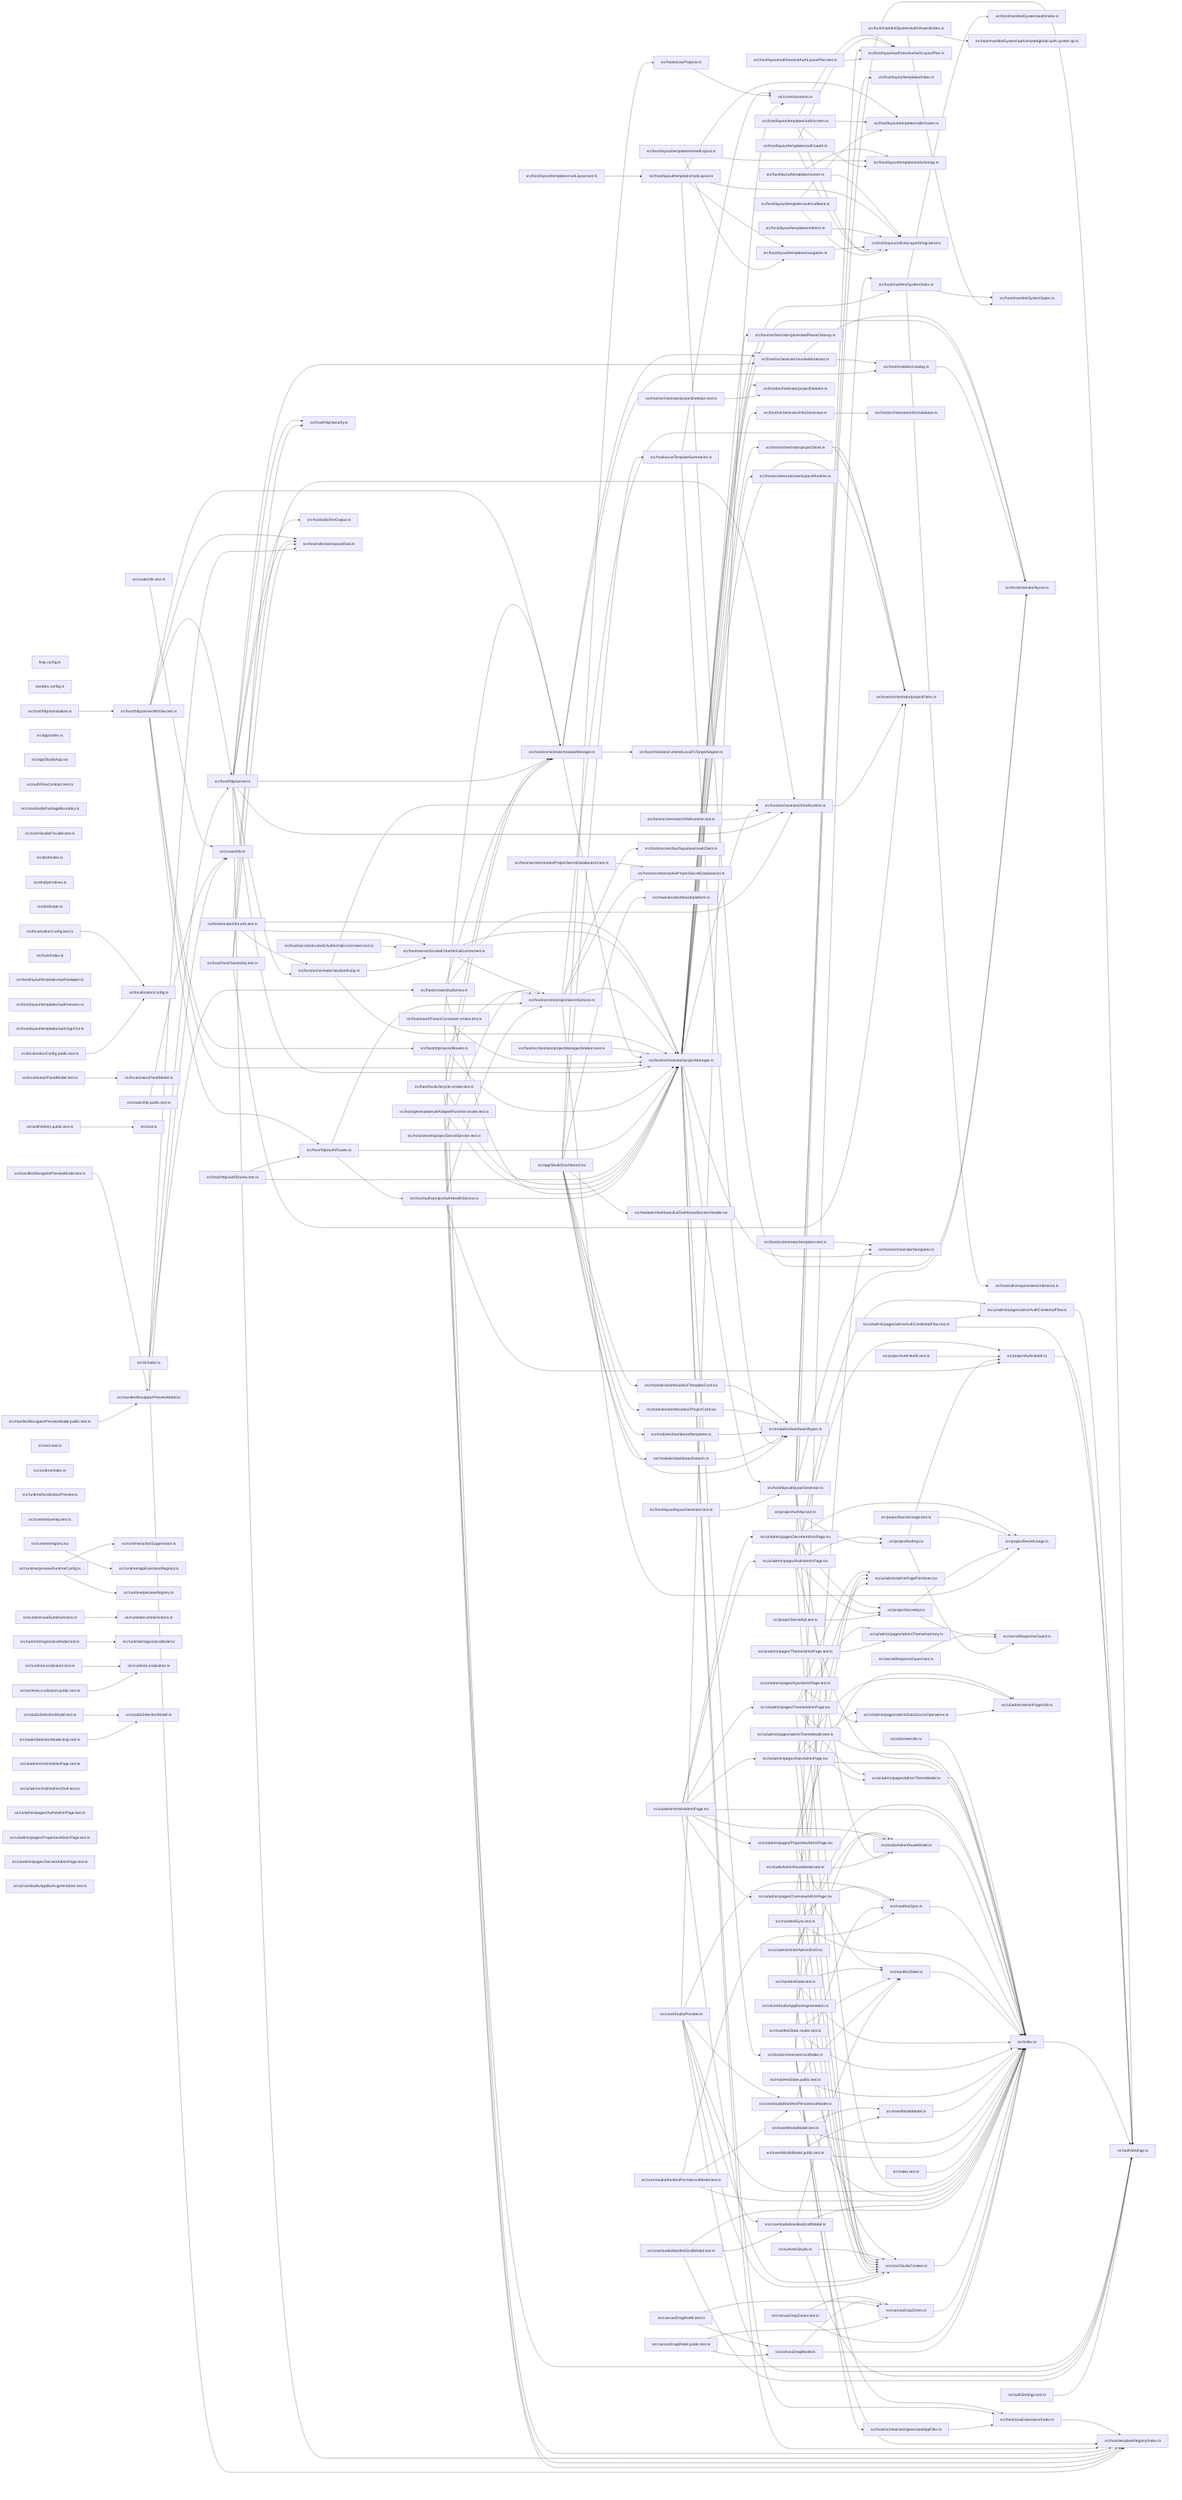
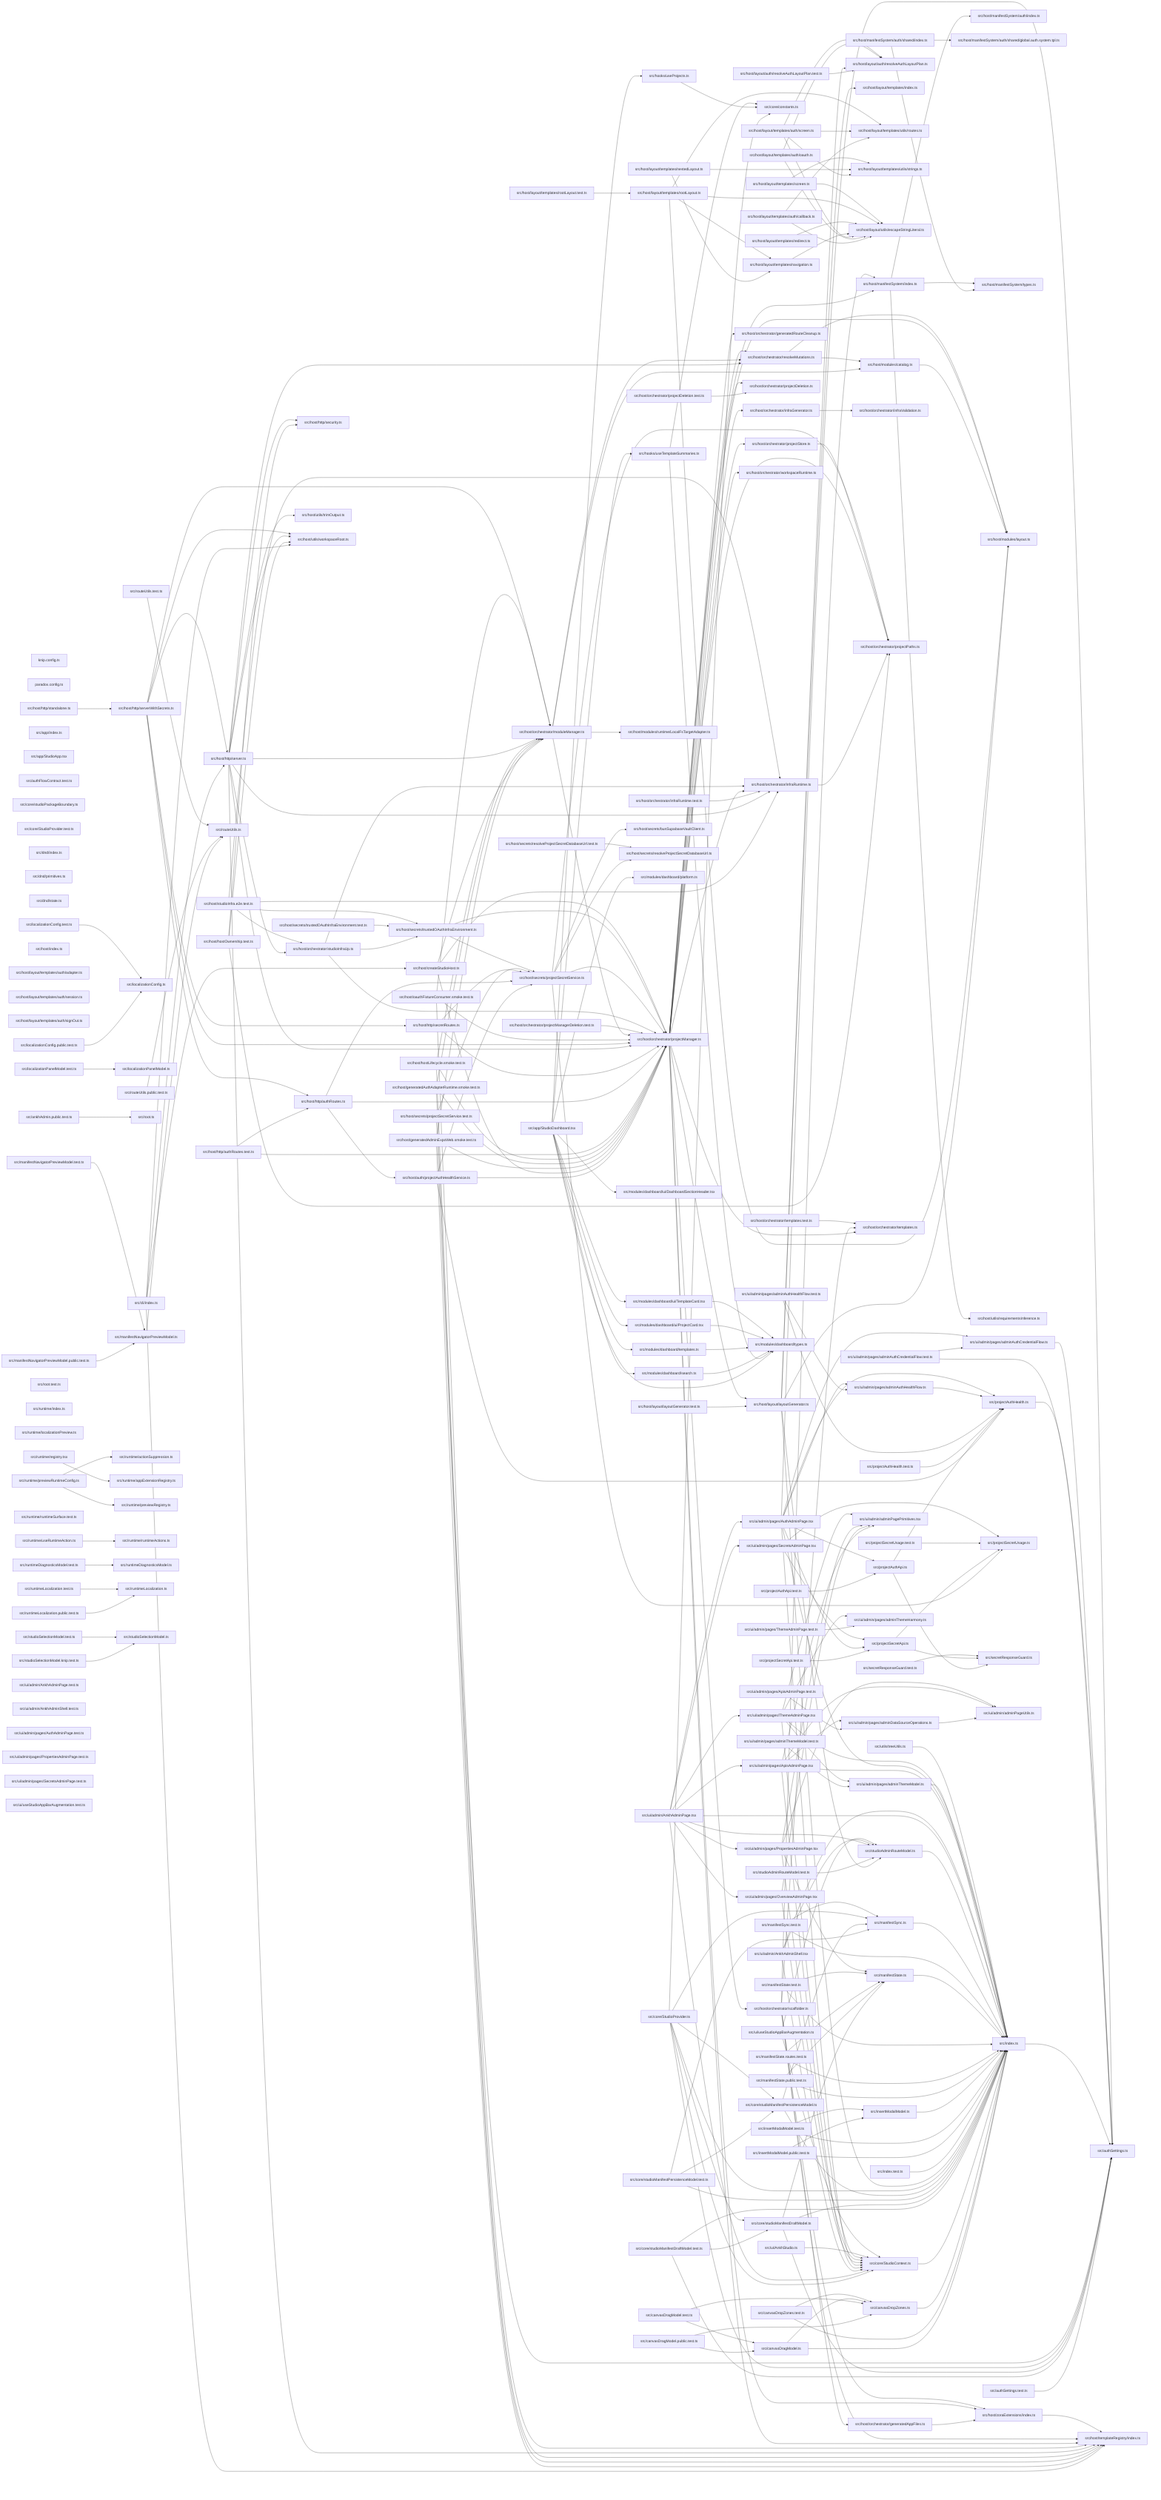
graph LR
  module_knip_config_ts["knip.config.ts"]
  module_paradox_config_ts["paradox.config.ts"]
  module_src_ankhAdmin_public_test_ts["src/ankhAdmin.public.test.ts"]
  module_src_app_index_ts["src/app/index.ts"]
  module_src_app_StudioApp_tsx["src/app/StudioApp.tsx"]
  module_src_app_StudioDashboard_tsx["src/app/StudioDashboard.tsx"]
  module_src_authFlowContract_test_ts["src/authFlowContract.test.ts"]
  module_src_authSettings_test_ts["src/authSettings.test.ts"]
  module_src_authSettings_ts["src/authSettings.ts"]
  module_src_canvasDragModel_public_test_ts["src/canvasDragModel.public.test.ts"]
  module_src_canvasDragModel_test_ts["src/canvasDragModel.test.ts"]
  module_src_canvasDragModel_ts["src/canvasDragModel.ts"]
  module_src_canvasDropZones_test_ts["src/canvasDropZones.test.ts"]
  module_src_canvasDropZones_ts["src/canvasDropZones.ts"]
  module_src_cli_index_ts["src/cli/index.ts"]
  module_src_core_constants_ts["src/core/constants.ts"]
  module_src_core_StudioContext_ts["src/core/StudioContext.ts"]
  module_src_core_studioManifestDraftModel_test_ts["src/core/studioManifestDraftModel.test.ts"]
  module_src_core_studioManifestDraftModel_ts["src/core/studioManifestDraftModel.ts"]
  module_src_core_studioManifestPersistenceModel_test_ts["src/core/studioManifestPersistenceModel.test.ts"]
  module_src_core_studioManifestPersistenceModel_ts["src/core/studioManifestPersistenceModel.ts"]
  module_src_core_studioPackageBoundary_ts["src/core/studioPackageBoundary.ts"]
  module_src_core_StudioProvider_test_ts["src/core/StudioProvider.test.ts"]
  module_src_core_StudioProvider_ts["src/core/StudioProvider.ts"]
  module_src_dnd_index_ts["src/dnd/index.ts"]
  module_src_dnd_primitives_ts["src/dnd/primitives.ts"]
  module_src_dnd_state_ts["src/dnd/state.ts"]
  module_src_hooks_useProjects_ts["src/hooks/useProjects.ts"]
  module_src_hooks_useTemplateSummaries_ts["src/hooks/useTemplateSummaries.ts"]
  module_src_host_auth_projectAuthHealthService_ts["src/host/auth/projectAuthHealthService.ts"]
  module_src_host_createStudioHost_ts["src/host/createStudioHost.ts"]
+   module_src_host_generatedAdminExpoWeb_smoke_test_ts["src/host/generatedAdminExpoWeb.smoke.test.ts"]
  module_src_host_generatedAuthAdapterRuntime_smoke_test_ts["src/host/generatedAuthAdapterRuntime.smoke.test.ts"]
  module_src_host_hostLifecycle_smoke_test_ts["src/host/hostLifecycle.smoke.test.ts"]
  module_src_host_hostOwnership_test_ts["src/host/hostOwnership.test.ts"]
  module_src_host_http_authRoutes_test_ts["src/host/http/authRoutes.test.ts"]
  module_src_host_http_authRoutes_ts["src/host/http/authRoutes.ts"]
  module_src_host_http_secretRoutes_ts["src/host/http/secretRoutes.ts"]
  module_src_host_http_security_ts["src/host/http/security.ts"]
  module_src_host_http_server_ts["src/host/http/server.ts"]
  module_src_host_http_serverWithSecrets_ts["src/host/http/serverWithSecrets.ts"]
  module_src_host_http_standalone_ts["src/host/http/standalone.ts"]
  module_src_host_index_ts["src/host/index.ts"]
  module_src_host_layout_auth_resolveAuthLayoutPlan_test_ts["src/host/layout/auth/resolveAuthLayoutPlan.test.ts"]
  module_src_host_layout_auth_resolveAuthLayoutPlan_ts["src/host/layout/auth/resolveAuthLayoutPlan.ts"]
  module_src_host_layout_layoutGenerator_test_ts["src/host/layout/layoutGenerator.test.ts"]
  module_src_host_layout_layoutGenerator_ts["src/host/layout/layoutGenerator.ts"]
  module_src_host_layout_templates_auth_adapter_ts["src/host/layout/templates/auth/adapter.ts"]
  module_src_host_layout_templates_auth_callback_ts["src/host/layout/templates/auth/callback.ts"]
  module_src_host_layout_templates_auth_oauth_ts["src/host/layout/templates/auth/oauth.ts"]
  module_src_host_layout_templates_auth_screen_ts["src/host/layout/templates/auth/screen.ts"]
  module_src_host_layout_templates_auth_session_ts["src/host/layout/templates/auth/session.ts"]
  module_src_host_layout_templates_auth_signOut_ts["src/host/layout/templates/auth/signOut.ts"]
  module_src_host_layout_templates_index_ts["src/host/layout/templates/index.ts"]
  module_src_host_layout_templates_navigation_ts["src/host/layout/templates/navigation.ts"]
  module_src_host_layout_templates_nestedLayout_ts["src/host/layout/templates/nestedLayout.ts"]
  module_src_host_layout_templates_redirect_ts["src/host/layout/templates/redirect.ts"]
  module_src_host_layout_templates_rootLayout_test_ts["src/host/layout/templates/rootLayout.test.ts"]
  module_src_host_layout_templates_rootLayout_ts["src/host/layout/templates/rootLayout.ts"]
  module_src_host_layout_templates_screen_ts["src/host/layout/templates/screen.ts"]
  module_src_host_layout_templates_utils_routes_ts["src/host/layout/templates/utils/routes.ts"]
  module_src_host_layout_templates_utils_strings_ts["src/host/layout/templates/utils/strings.ts"]
  module_src_host_layout_utils_escapeStringLiteral_ts["src/host/layout/utils/escapeStringLiteral.ts"]
  module_src_host_manifestSystem_auth_index_ts["src/host/manifestSystem/auth/index.ts"]
  module_src_host_manifestSystem_auth_shared_global_auth_system_tpl_ts["src/host/manifestSystem/auth/shared/global.auth.system.tpl.ts"]
  module_src_host_manifestSystem_auth_shared_index_ts["src/host/manifestSystem/auth/shared/index.ts"]
  module_src_host_manifestSystem_index_ts["src/host/manifestSystem/index.ts"]
  module_src_host_manifestSystem_types_ts["src/host/manifestSystem/types.ts"]
  module_src_host_modules_catalog_ts["src/host/modules/catalog.ts"]
  module_src_host_modules_layout_ts["src/host/modules/layout.ts"]
  module_src_host_modules_runtime_LocalFsTargetAdapter_ts["src/host/modules/runtime/LocalFsTargetAdapter.ts"]
  module_src_host_oauthFixtureConsumer_smoke_test_ts["src/host/oauthFixtureConsumer.smoke.test.ts"]
  module_src_host_orchestrator_generatedAppFiles_ts["src/host/orchestrator/generatedAppFiles.ts"]
  module_src_host_orchestrator_generatedRouteCleanup_ts["src/host/orchestrator/generatedRouteCleanup.ts"]
  module_src_host_orchestrator_infraGenerator_ts["src/host/orchestrator/infraGenerator.ts"]
  module_src_host_orchestrator_infraRuntime_test_ts["src/host/orchestrator/infraRuntime.test.ts"]
  module_src_host_orchestrator_infraRuntime_ts["src/host/orchestrator/infraRuntime.ts"]
  module_src_host_orchestrator_infraValidation_ts["src/host/orchestrator/infraValidation.ts"]
  module_src_host_orchestrator_moduleManager_ts["src/host/orchestrator/moduleManager.ts"]
  module_src_host_orchestrator_projectDeletion_test_ts["src/host/orchestrator/projectDeletion.test.ts"]
  module_src_host_orchestrator_projectDeletion_ts["src/host/orchestrator/projectDeletion.ts"]
  module_src_host_orchestrator_projectManager_ts["src/host/orchestrator/projectManager.ts"]
  module_src_host_orchestrator_projectManagerDeletion_test_ts["src/host/orchestrator/projectManagerDeletion.test.ts"]
  module_src_host_orchestrator_projectPaths_ts["src/host/orchestrator/projectPaths.ts"]
  module_src_host_orchestrator_projectStore_ts["src/host/orchestrator/projectStore.ts"]
  module_src_host_orchestrator_resolveMutations_ts["src/host/orchestrator/resolveMutations.ts"]
  module_src_host_orchestrator_scaffolder_ts["src/host/orchestrator/scaffolder.ts"]
  module_src_host_orchestrator_studioInfraUp_ts["src/host/orchestrator/studioInfraUp.ts"]
  module_src_host_orchestrator_templates_test_ts["src/host/orchestrator/templates.test.ts"]
  module_src_host_orchestrator_templates_ts["src/host/orchestrator/templates.ts"]
  module_src_host_orchestrator_workspaceRuntime_ts["src/host/orchestrator/workspaceRuntime.ts"]
  module_src_host_secrets_bunSupabaseVaultClient_ts["src/host/secrets/bunSupabaseVaultClient.ts"]
  module_src_host_secrets_projectSecretService_test_ts["src/host/secrets/projectSecretService.test.ts"]
  module_src_host_secrets_projectSecretService_ts["src/host/secrets/projectSecretService.ts"]
  module_src_host_secrets_resolveProjectSecretDatabaseUrl_test_ts["src/host/secrets/resolveProjectSecretDatabaseUrl.test.ts"]
  module_src_host_secrets_resolveProjectSecretDatabaseUrl_ts["src/host/secrets/resolveProjectSecretDatabaseUrl.ts"]
  module_src_host_secrets_trustedOAuthInfraEnvironment_test_ts["src/host/secrets/trustedOAuthInfraEnvironment.test.ts"]
  module_src_host_secrets_trustedOAuthInfraEnvironment_ts["src/host/secrets/trustedOAuthInfraEnvironment.ts"]
  module_src_host_studioInfra_e2e_test_ts["src/host/studioInfra.e2e.test.ts"]
  module_src_host_templateRegistry_index_ts["src/host/templateRegistry/index.ts"]
  module_src_host_utils_requirementsInference_ts["src/host/utils/requirementsInference.ts"]
  module_src_host_utils_trimOutput_ts["src/host/utils/trimOutput.ts"]
  module_src_host_utils_workspaceRoot_ts["src/host/utils/workspaceRoot.ts"]
  module_src_host_zoraExtensions_index_ts["src/host/zoraExtensions/index.ts"]
  module_src_index_test_ts["src/index.test.ts"]
  module_src_index_ts["src/index.ts"]
  module_src_insertModalModel_public_test_ts["src/insertModalModel.public.test.ts"]
  module_src_insertModalModel_test_ts["src/insertModalModel.test.ts"]
  module_src_insertModalModel_ts["src/insertModalModel.ts"]
  module_src_localizationConfig_public_test_ts["src/localizationConfig.public.test.ts"]
  module_src_localizationConfig_test_ts["src/localizationConfig.test.ts"]
  module_src_localizationConfig_ts["src/localizationConfig.ts"]
  module_src_localizationPanelModel_test_ts["src/localizationPanelModel.test.ts"]
  module_src_localizationPanelModel_ts["src/localizationPanelModel.ts"]
  module_src_manifestNavigatorPreviewModel_public_test_ts["src/manifestNavigatorPreviewModel.public.test.ts"]
  module_src_manifestNavigatorPreviewModel_test_ts["src/manifestNavigatorPreviewModel.test.ts"]
  module_src_manifestNavigatorPreviewModel_ts["src/manifestNavigatorPreviewModel.ts"]
  module_src_manifestState_public_test_ts["src/manifestState.public.test.ts"]
  module_src_manifestState_routes_test_ts["src/manifestState.routes.test.ts"]
  module_src_manifestState_test_ts["src/manifestState.test.ts"]
  module_src_manifestState_ts["src/manifestState.ts"]
  module_src_manifestSync_test_ts["src/manifestSync.test.ts"]
  module_src_manifestSync_ts["src/manifestSync.ts"]
  module_src_modules_dashboard_platform_ts["src/modules/dashboard/platform.ts"]
  module_src_modules_dashboard_search_ts["src/modules/dashboard/search.ts"]
  module_src_modules_dashboard_templates_ts["src/modules/dashboard/templates.ts"]
  module_src_modules_dashboard_types_ts["src/modules/dashboard/types.ts"]
  module_src_modules_dashboard_ui_DashboardSectionHeader_tsx["src/modules/dashboard/ui/DashboardSectionHeader.tsx"]
  module_src_modules_dashboard_ui_ProjectCard_tsx["src/modules/dashboard/ui/ProjectCard.tsx"]
  module_src_modules_dashboard_ui_TemplateCard_tsx["src/modules/dashboard/ui/TemplateCard.tsx"]
  module_src_projectAuthApi_test_ts["src/projectAuthApi.test.ts"]
  module_src_projectAuthApi_ts["src/projectAuthApi.ts"]
  module_src_projectAuthHealth_test_ts["src/projectAuthHealth.test.ts"]
  module_src_projectAuthHealth_ts["src/projectAuthHealth.ts"]
  module_src_projectSecretApi_test_ts["src/projectSecretApi.test.ts"]
  module_src_projectSecretApi_ts["src/projectSecretApi.ts"]
  module_src_projectSecretUsage_test_ts["src/projectSecretUsage.test.ts"]
  module_src_projectSecretUsage_ts["src/projectSecretUsage.ts"]
  module_src_root_test_ts["src/root.test.ts"]
  module_src_root_ts["src/root.ts"]
  module_src_routeUtils_public_test_ts["src/routeUtils.public.test.ts"]
  module_src_routeUtils_test_ts["src/routeUtils.test.ts"]
  module_src_routeUtils_ts["src/routeUtils.ts"]
  module_src_runtime_actionSuppression_ts["src/runtime/actionSuppression.ts"]
  module_src_runtime_appExtensionRegistry_ts["src/runtime/appExtensionRegistry.ts"]
  module_src_runtime_index_ts["src/runtime/index.ts"]
  module_src_runtime_localizationPreview_ts["src/runtime/localizationPreview.ts"]
-   module_src_runtime_overlay_test_ts["src/runtime/overlay.test.ts"]
  module_src_runtime_previewRegistry_ts["src/runtime/previewRegistry.ts"]
  module_src_runtime_previewRuntimeConfig_ts["src/runtime/previewRuntimeConfig.ts"]
  module_src_runtime_registry_tsx["src/runtime/registry.tsx"]
  module_src_runtime_runtimeActions_ts["src/runtime/runtimeActions.ts"]
+   module_src_runtime_runtimeSurface_test_ts["src/runtime/runtimeSurface.test.ts"]
  module_src_runtime_useRuntimeAction_ts["src/runtime/useRuntimeAction.ts"]
  module_src_runtimeDiagnosticsModel_test_ts["src/runtimeDiagnosticsModel.test.ts"]
  module_src_runtimeDiagnosticsModel_ts["src/runtimeDiagnosticsModel.ts"]
  module_src_runtimeLocalization_public_test_ts["src/runtimeLocalization.public.test.ts"]
  module_src_runtimeLocalization_test_ts["src/runtimeLocalization.test.ts"]
  module_src_runtimeLocalization_ts["src/runtimeLocalization.ts"]
  module_src_secretResponseGuard_test_ts["src/secretResponseGuard.test.ts"]
  module_src_secretResponseGuard_ts["src/secretResponseGuard.ts"]
  module_src_studioAdminRouteModel_test_ts["src/studioAdminRouteModel.test.ts"]
  module_src_studioAdminRouteModel_ts["src/studioAdminRouteModel.ts"]
  module_src_studioSelectionModel_knip_test_ts["src/studioSelectionModel.knip.test.ts"]
  module_src_studioSelectionModel_test_ts["src/studioSelectionModel.test.ts"]
  module_src_studioSelectionModel_ts["src/studioSelectionModel.ts"]
  module_src_ui_admin_adminPagePrimitives_tsx["src/ui/admin/adminPagePrimitives.tsx"]
  module_src_ui_admin_adminPageUtils_ts["src/ui/admin/adminPageUtils.ts"]
  module_src_ui_admin_AnkhAdminPage_test_ts["src/ui/admin/AnkhAdminPage.test.ts"]
  module_src_ui_admin_AnkhAdminPage_tsx["src/ui/admin/AnkhAdminPage.tsx"]
  module_src_ui_admin_AnkhAdminShell_test_ts["src/ui/admin/AnkhAdminShell.test.ts"]
  module_src_ui_admin_AnkhAdminShell_tsx["src/ui/admin/AnkhAdminShell.tsx"]
  module_src_ui_admin_pages_adminAuthCredentialFlow_test_ts["src/ui/admin/pages/adminAuthCredentialFlow.test.ts"]
  module_src_ui_admin_pages_adminAuthCredentialFlow_ts["src/ui/admin/pages/adminAuthCredentialFlow.ts"]
+   module_src_ui_admin_pages_adminAuthHealthFlow_test_ts["src/ui/admin/pages/adminAuthHealthFlow.test.ts"]
+   module_src_ui_admin_pages_adminAuthHealthFlow_ts["src/ui/admin/pages/adminAuthHealthFlow.ts"]
  module_src_ui_admin_pages_adminDataSourceOperations_ts["src/ui/admin/pages/adminDataSourceOperations.ts"]
  module_src_ui_admin_pages_adminThemeHarmony_ts["src/ui/admin/pages/adminThemeHarmony.ts"]
  module_src_ui_admin_pages_adminThemeModel_test_ts["src/ui/admin/pages/adminThemeModel.test.ts"]
  module_src_ui_admin_pages_adminThemeModel_ts["src/ui/admin/pages/adminThemeModel.ts"]
  module_src_ui_admin_pages_ApisAdminPage_test_ts["src/ui/admin/pages/ApisAdminPage.test.ts"]
  module_src_ui_admin_pages_ApisAdminPage_tsx["src/ui/admin/pages/ApisAdminPage.tsx"]
  module_src_ui_admin_pages_AuthAdminPage_test_ts["src/ui/admin/pages/AuthAdminPage.test.ts"]
  module_src_ui_admin_pages_AuthAdminPage_tsx["src/ui/admin/pages/AuthAdminPage.tsx"]
  module_src_ui_admin_pages_OverviewAdminPage_tsx["src/ui/admin/pages/OverviewAdminPage.tsx"]
  module_src_ui_admin_pages_PropertiesAdminPage_test_ts["src/ui/admin/pages/PropertiesAdminPage.test.ts"]
  module_src_ui_admin_pages_PropertiesAdminPage_tsx["src/ui/admin/pages/PropertiesAdminPage.tsx"]
  module_src_ui_admin_pages_SecretsAdminPage_test_ts["src/ui/admin/pages/SecretsAdminPage.test.ts"]
  module_src_ui_admin_pages_SecretsAdminPage_tsx["src/ui/admin/pages/SecretsAdminPage.tsx"]
  module_src_ui_admin_pages_ThemeAdminPage_test_ts["src/ui/admin/pages/ThemeAdminPage.test.ts"]
  module_src_ui_admin_pages_ThemeAdminPage_tsx["src/ui/admin/pages/ThemeAdminPage.tsx"]
  module_src_ui_AnkhStudio_ts["src/ui/AnkhStudio.ts"]
  module_src_ui_useStudioAppBarAugmentation_test_ts["src/ui/useStudioAppBarAugmentation.test.ts"]
  module_src_ui_useStudioAppBarAugmentation_ts["src/ui/useStudioAppBarAugmentation.ts"]
  module_src_utils_treeUtils_ts["src/utils/treeUtils.ts"]
  module_src_ankhAdmin_public_test_ts --> module_src_root_ts
  module_src_app_StudioDashboard_tsx --> module_src_hooks_useProjects_ts
  module_src_app_StudioDashboard_tsx --> module_src_hooks_useTemplateSummaries_ts
  module_src_app_StudioDashboard_tsx --> module_src_modules_dashboard_platform_ts
  module_src_app_StudioDashboard_tsx --> module_src_modules_dashboard_search_ts
  module_src_app_StudioDashboard_tsx --> module_src_modules_dashboard_templates_ts
  module_src_app_StudioDashboard_tsx --> module_src_modules_dashboard_types_ts
  module_src_app_StudioDashboard_tsx --> module_src_modules_dashboard_ui_DashboardSectionHeader_tsx
  module_src_app_StudioDashboard_tsx --> module_src_modules_dashboard_ui_ProjectCard_tsx
  module_src_app_StudioDashboard_tsx --> module_src_modules_dashboard_ui_TemplateCard_tsx
  module_src_authSettings_test_ts --> module_src_authSettings_ts
  module_src_canvasDragModel_public_test_ts --> module_src_canvasDragModel_ts
  module_src_canvasDragModel_public_test_ts --> module_src_canvasDropZones_ts
  module_src_canvasDragModel_test_ts --> module_src_canvasDragModel_ts
  module_src_canvasDragModel_test_ts --> module_src_canvasDropZones_ts
  module_src_canvasDragModel_ts --> module_src_canvasDropZones_ts
  module_src_canvasDragModel_ts --> module_src_index_ts
  module_src_canvasDropZones_test_ts --> module_src_canvasDropZones_ts
  module_src_canvasDropZones_test_ts --> module_src_index_ts
  module_src_canvasDropZones_ts --> module_src_index_ts
  module_src_cli_index_ts --> module_src_host_createStudioHost_ts
  module_src_cli_index_ts --> module_src_host_http_server_ts
  module_src_cli_index_ts --> module_src_host_templateRegistry_index_ts
  module_src_cli_index_ts --> module_src_host_utils_workspaceRoot_ts
  module_src_core_StudioContext_ts --> module_src_index_ts
  module_src_core_studioManifestDraftModel_test_ts --> module_src_authSettings_ts
  module_src_core_studioManifestDraftModel_test_ts --> module_src_core_studioManifestDraftModel_ts
  module_src_core_studioManifestDraftModel_test_ts --> module_src_index_ts
  module_src_core_studioManifestDraftModel_ts --> module_src_authSettings_ts
  module_src_core_studioManifestDraftModel_ts --> module_src_index_ts
  module_src_core_studioManifestDraftModel_ts --> module_src_manifestState_ts
  module_src_core_studioManifestPersistenceModel_test_ts --> module_src_core_studioManifestPersistenceModel_ts
  module_src_core_studioManifestPersistenceModel_test_ts --> module_src_index_ts
  module_src_core_studioManifestPersistenceModel_test_ts --> module_src_manifestSync_ts
  module_src_core_studioManifestPersistenceModel_ts --> module_src_index_ts
  module_src_core_studioManifestPersistenceModel_ts --> module_src_manifestSync_ts
  module_src_core_StudioProvider_ts --> module_src_authSettings_ts
  module_src_core_StudioProvider_ts --> module_src_core_constants_ts
  module_src_core_StudioProvider_ts --> module_src_core_StudioContext_ts
  module_src_core_StudioProvider_ts --> module_src_core_studioManifestDraftModel_ts
  module_src_core_StudioProvider_ts --> module_src_core_studioManifestPersistenceModel_ts
  module_src_core_StudioProvider_ts --> module_src_index_ts
  module_src_core_StudioProvider_ts --> module_src_manifestSync_ts
  module_src_hooks_useProjects_ts --> module_src_core_constants_ts
  module_src_hooks_useTemplateSummaries_ts --> module_src_core_constants_ts
  module_src_hooks_useTemplateSummaries_ts --> module_src_modules_dashboard_types_ts
  module_src_host_auth_projectAuthHealthService_ts --> module_src_host_orchestrator_projectManager_ts
  module_src_host_auth_projectAuthHealthService_ts --> module_src_host_secrets_projectSecretService_ts
  module_src_host_auth_projectAuthHealthService_ts --> module_src_projectAuthHealth_ts
  module_src_host_createStudioHost_ts --> module_src_host_orchestrator_infraRuntime_ts
  module_src_host_createStudioHost_ts --> module_src_host_orchestrator_moduleManager_ts
  module_src_host_createStudioHost_ts --> module_src_host_orchestrator_projectManager_ts
+   module_src_host_generatedAdminExpoWeb_smoke_test_ts --> module_src_host_orchestrator_moduleManager_ts
+   module_src_host_generatedAdminExpoWeb_smoke_test_ts --> module_src_host_orchestrator_projectManager_ts
+   module_src_host_generatedAdminExpoWeb_smoke_test_ts --> module_src_host_templateRegistry_index_ts
  module_src_host_generatedAuthAdapterRuntime_smoke_test_ts --> module_src_host_orchestrator_moduleManager_ts
  module_src_host_generatedAuthAdapterRuntime_smoke_test_ts --> module_src_host_orchestrator_projectManager_ts
  module_src_host_generatedAuthAdapterRuntime_smoke_test_ts --> module_src_host_templateRegistry_index_ts
  module_src_host_hostLifecycle_smoke_test_ts --> module_src_host_orchestrator_moduleManager_ts
  module_src_host_hostLifecycle_smoke_test_ts --> module_src_host_orchestrator_projectManager_ts
  module_src_host_hostLifecycle_smoke_test_ts --> module_src_host_templateRegistry_index_ts
  module_src_host_hostOwnership_test_ts --> module_src_host_http_security_ts
  module_src_host_hostOwnership_test_ts --> module_src_host_orchestrator_projectPaths_ts
  module_src_host_hostOwnership_test_ts --> module_src_host_utils_workspaceRoot_ts
  module_src_host_http_authRoutes_test_ts --> module_src_host_http_authRoutes_ts
  module_src_host_http_authRoutes_test_ts --> module_src_host_orchestrator_projectManager_ts
  module_src_host_http_authRoutes_ts --> module_src_host_auth_projectAuthHealthService_ts
  module_src_host_http_authRoutes_ts --> module_src_host_orchestrator_projectManager_ts
  module_src_host_http_authRoutes_ts --> module_src_host_secrets_projectSecretService_ts
  module_src_host_http_secretRoutes_ts --> module_src_host_orchestrator_projectManager_ts
  module_src_host_http_secretRoutes_ts --> module_src_host_secrets_projectSecretService_ts
  module_src_host_http_server_ts --> module_src_host_http_security_ts
  module_src_host_http_server_ts --> module_src_host_orchestrator_infraRuntime_ts
  module_src_host_http_server_ts --> module_src_host_orchestrator_moduleManager_ts
  module_src_host_http_server_ts --> module_src_host_orchestrator_projectManager_ts
  module_src_host_http_server_ts --> module_src_host_orchestrator_resolveMutations_ts
  module_src_host_http_server_ts --> module_src_host_orchestrator_studioInfraUp_ts
  module_src_host_http_server_ts --> module_src_host_templateRegistry_index_ts
  module_src_host_http_server_ts --> module_src_host_utils_trimOutput_ts
  module_src_host_http_server_ts --> module_src_host_utils_workspaceRoot_ts
  module_src_host_http_serverWithSecrets_ts --> module_src_host_http_authRoutes_ts
  module_src_host_http_serverWithSecrets_ts --> module_src_host_http_secretRoutes_ts
  module_src_host_http_serverWithSecrets_ts --> module_src_host_http_server_ts
  module_src_host_http_serverWithSecrets_ts --> module_src_host_orchestrator_moduleManager_ts
  module_src_host_http_serverWithSecrets_ts --> module_src_host_orchestrator_projectManager_ts
  module_src_host_http_serverWithSecrets_ts --> module_src_host_utils_workspaceRoot_ts
  module_src_host_http_standalone_ts --> module_src_host_http_serverWithSecrets_ts
  module_src_host_layout_auth_resolveAuthLayoutPlan_test_ts --> module_src_host_layout_auth_resolveAuthLayoutPlan_ts
  module_src_host_layout_layoutGenerator_test_ts --> module_src_host_layout_layoutGenerator_ts
  module_src_host_layout_layoutGenerator_ts --> module_src_host_layout_auth_resolveAuthLayoutPlan_ts
  module_src_host_layout_layoutGenerator_ts --> module_src_host_layout_templates_index_ts
  module_src_host_layout_layoutGenerator_ts --> module_src_host_modules_layout_ts
  module_src_host_layout_layoutGenerator_ts --> module_src_index_ts
  module_src_host_layout_layoutGenerator_ts --> module_src_studioAdminRouteModel_ts
  module_src_host_layout_templates_auth_callback_ts --> module_src_host_layout_templates_utils_routes_ts
  module_src_host_layout_templates_auth_callback_ts --> module_src_host_layout_utils_escapeStringLiteral_ts
  module_src_host_layout_templates_auth_oauth_ts --> module_src_host_layout_auth_resolveAuthLayoutPlan_ts
  module_src_host_layout_templates_auth_oauth_ts --> module_src_host_layout_utils_escapeStringLiteral_ts
  module_src_host_layout_templates_auth_screen_ts --> module_src_host_layout_auth_resolveAuthLayoutPlan_ts
  module_src_host_layout_templates_auth_screen_ts --> module_src_host_layout_templates_utils_routes_ts
  module_src_host_layout_templates_auth_screen_ts --> module_src_host_layout_templates_utils_strings_ts
  module_src_host_layout_templates_auth_screen_ts --> module_src_host_layout_utils_escapeStringLiteral_ts
  module_src_host_layout_templates_navigation_ts --> module_src_host_layout_utils_escapeStringLiteral_ts
  module_src_host_layout_templates_nestedLayout_ts --> module_src_host_layout_templates_navigation_ts
  module_src_host_layout_templates_nestedLayout_ts --> module_src_host_layout_templates_utils_strings_ts
  module_src_host_layout_templates_redirect_ts --> module_src_host_layout_utils_escapeStringLiteral_ts
  module_src_host_layout_templates_rootLayout_test_ts --> module_src_host_layout_templates_rootLayout_ts
  module_src_host_layout_templates_rootLayout_ts --> module_src_host_layout_templates_navigation_ts
  module_src_host_layout_templates_rootLayout_ts --> module_src_host_layout_templates_utils_routes_ts
  module_src_host_layout_templates_rootLayout_ts --> module_src_host_layout_utils_escapeStringLiteral_ts
  module_src_host_layout_templates_rootLayout_ts --> module_src_host_modules_layout_ts
  module_src_host_layout_templates_screen_ts --> module_src_host_layout_templates_utils_strings_ts
  module_src_host_layout_templates_screen_ts --> module_src_host_layout_utils_escapeStringLiteral_ts
  module_src_host_manifestSystem_auth_shared_index_ts --> module_src_host_manifestSystem_auth_shared_global_auth_system_tpl_ts
  module_src_host_manifestSystem_auth_shared_index_ts --> module_src_host_manifestSystem_types_ts
  module_src_host_manifestSystem_index_ts --> module_src_host_manifestSystem_auth_index_ts
  module_src_host_manifestSystem_index_ts --> module_src_host_manifestSystem_types_ts
  module_src_host_manifestSystem_index_ts --> module_src_host_utils_requirementsInference_ts
  module_src_host_modules_catalog_ts --> module_src_host_modules_layout_ts
  module_src_host_oauthFixtureConsumer_smoke_test_ts --> module_src_host_orchestrator_moduleManager_ts
  module_src_host_oauthFixtureConsumer_smoke_test_ts --> module_src_host_orchestrator_projectManager_ts
  module_src_host_oauthFixtureConsumer_smoke_test_ts --> module_src_host_templateRegistry_index_ts
  module_src_host_orchestrator_generatedAppFiles_ts --> module_src_host_zoraExtensions_index_ts
  module_src_host_orchestrator_infraGenerator_ts --> module_src_host_orchestrator_infraValidation_ts
  module_src_host_orchestrator_infraRuntime_test_ts --> module_src_host_orchestrator_infraRuntime_ts
  module_src_host_orchestrator_infraRuntime_ts --> module_src_host_orchestrator_projectPaths_ts
  module_src_host_orchestrator_moduleManager_ts --> module_src_host_modules_catalog_ts
  module_src_host_orchestrator_moduleManager_ts --> module_src_host_modules_runtime_LocalFsTargetAdapter_ts
  module_src_host_orchestrator_moduleManager_ts --> module_src_host_orchestrator_projectManager_ts
  module_src_host_orchestrator_moduleManager_ts --> module_src_host_orchestrator_resolveMutations_ts
  module_src_host_orchestrator_projectDeletion_test_ts --> module_src_host_orchestrator_projectDeletion_ts
  module_src_host_orchestrator_projectManager_ts --> module_src_host_layout_layoutGenerator_ts
  module_src_host_orchestrator_projectManager_ts --> module_src_host_manifestSystem_index_ts
  module_src_host_orchestrator_projectManager_ts --> module_src_host_modules_layout_ts
  module_src_host_orchestrator_projectManager_ts --> module_src_host_orchestrator_generatedRouteCleanup_ts
  module_src_host_orchestrator_projectManager_ts --> module_src_host_orchestrator_infraGenerator_ts
  module_src_host_orchestrator_projectManager_ts --> module_src_host_orchestrator_infraRuntime_ts
  module_src_host_orchestrator_projectManager_ts --> module_src_host_orchestrator_projectDeletion_ts
  module_src_host_orchestrator_projectManager_ts --> module_src_host_orchestrator_projectPaths_ts
  module_src_host_orchestrator_projectManager_ts --> module_src_host_orchestrator_projectStore_ts
  module_src_host_orchestrator_projectManager_ts --> module_src_host_orchestrator_resolveMutations_ts
  module_src_host_orchestrator_projectManager_ts --> module_src_host_orchestrator_scaffolder_ts
  module_src_host_orchestrator_projectManager_ts --> module_src_host_orchestrator_templates_ts
  module_src_host_orchestrator_projectManager_ts --> module_src_host_orchestrator_workspaceRuntime_ts
  module_src_host_orchestrator_projectManager_ts --> module_src_host_templateRegistry_index_ts
  module_src_host_orchestrator_projectManager_ts --> module_src_host_zoraExtensions_index_ts
  module_src_host_orchestrator_projectManagerDeletion_test_ts --> module_src_host_orchestrator_projectManager_ts
  module_src_host_orchestrator_projectStore_ts --> module_src_host_orchestrator_projectPaths_ts
  module_src_host_orchestrator_resolveMutations_ts --> module_src_host_modules_catalog_ts
  module_src_host_orchestrator_resolveMutations_ts --> module_src_host_modules_layout_ts
  module_src_host_orchestrator_scaffolder_ts --> module_src_host_manifestSystem_index_ts
  module_src_host_orchestrator_scaffolder_ts --> module_src_host_orchestrator_generatedAppFiles_ts
  module_src_host_orchestrator_scaffolder_ts --> module_src_host_orchestrator_templates_ts
  module_src_host_orchestrator_scaffolder_ts --> module_src_host_templateRegistry_index_ts
  module_src_host_orchestrator_scaffolder_ts --> module_src_host_zoraExtensions_index_ts
  module_src_host_orchestrator_studioInfraUp_ts --> module_src_host_orchestrator_infraRuntime_ts
  module_src_host_orchestrator_studioInfraUp_ts --> module_src_host_orchestrator_projectManager_ts
  module_src_host_orchestrator_studioInfraUp_ts --> module_src_host_secrets_trustedOAuthInfraEnvironment_ts
  module_src_host_orchestrator_templates_test_ts --> module_src_host_orchestrator_templates_ts
  module_src_host_secrets_projectSecretService_test_ts --> module_src_authSettings_ts
  module_src_host_secrets_projectSecretService_test_ts --> module_src_host_secrets_projectSecretService_ts
  module_src_host_secrets_projectSecretService_ts --> module_src_host_orchestrator_projectManager_ts
  module_src_host_secrets_projectSecretService_ts --> module_src_host_orchestrator_projectPaths_ts
  module_src_host_secrets_projectSecretService_ts --> module_src_host_secrets_bunSupabaseVaultClient_ts
  module_src_host_secrets_projectSecretService_ts --> module_src_host_secrets_resolveProjectSecretDatabaseUrl_ts
  module_src_host_secrets_projectSecretService_ts --> module_src_projectSecretUsage_ts
  module_src_host_secrets_resolveProjectSecretDatabaseUrl_test_ts --> module_src_host_secrets_resolveProjectSecretDatabaseUrl_ts
  module_src_host_secrets_trustedOAuthInfraEnvironment_test_ts --> module_src_host_secrets_trustedOAuthInfraEnvironment_ts
  module_src_host_secrets_trustedOAuthInfraEnvironment_ts --> module_src_host_orchestrator_projectManager_ts
  module_src_host_secrets_trustedOAuthInfraEnvironment_ts --> module_src_host_secrets_projectSecretService_ts
  module_src_host_studioInfra_e2e_test_ts --> module_src_host_orchestrator_infraRuntime_ts
  module_src_host_studioInfra_e2e_test_ts --> module_src_host_orchestrator_projectManager_ts
  module_src_host_studioInfra_e2e_test_ts --> module_src_host_orchestrator_studioInfraUp_ts
  module_src_host_studioInfra_e2e_test_ts --> module_src_host_secrets_trustedOAuthInfraEnvironment_ts
  module_src_host_zoraExtensions_index_ts --> module_src_host_templateRegistry_index_ts
  module_src_index_test_ts --> module_src_index_ts
  module_src_index_ts --> module_src_authSettings_ts
  module_src_insertModalModel_public_test_ts --> module_src_index_ts
  module_src_insertModalModel_public_test_ts --> module_src_insertModalModel_ts
  module_src_insertModalModel_test_ts --> module_src_index_ts
  module_src_insertModalModel_test_ts --> module_src_insertModalModel_ts
  module_src_insertModalModel_ts --> module_src_index_ts
  module_src_localizationConfig_public_test_ts --> module_src_localizationConfig_ts
  module_src_localizationConfig_test_ts --> module_src_localizationConfig_ts
  module_src_localizationPanelModel_test_ts --> module_src_localizationPanelModel_ts
  module_src_manifestNavigatorPreviewModel_public_test_ts --> module_src_manifestNavigatorPreviewModel_ts
  module_src_manifestNavigatorPreviewModel_test_ts --> module_src_manifestNavigatorPreviewModel_ts
  module_src_manifestNavigatorPreviewModel_ts --> module_src_routeUtils_ts
  module_src_manifestState_public_test_ts --> module_src_index_ts
  module_src_manifestState_public_test_ts --> module_src_manifestState_ts
  module_src_manifestState_routes_test_ts --> module_src_index_ts
  module_src_manifestState_routes_test_ts --> module_src_manifestState_ts
  module_src_manifestState_test_ts --> module_src_index_ts
  module_src_manifestState_test_ts --> module_src_manifestState_ts
  module_src_manifestState_ts --> module_src_index_ts
  module_src_manifestSync_test_ts --> module_src_index_ts
  module_src_manifestSync_test_ts --> module_src_manifestSync_ts
  module_src_manifestSync_ts --> module_src_index_ts
  module_src_modules_dashboard_search_ts --> module_src_modules_dashboard_types_ts
  module_src_modules_dashboard_templates_ts --> module_src_modules_dashboard_types_ts
  module_src_modules_dashboard_ui_ProjectCard_tsx --> module_src_modules_dashboard_types_ts
  module_src_modules_dashboard_ui_TemplateCard_tsx --> module_src_modules_dashboard_types_ts
  module_src_projectAuthApi_test_ts --> module_src_projectAuthApi_ts
  module_src_projectAuthApi_ts --> module_src_projectAuthHealth_ts
  module_src_projectAuthApi_ts --> module_src_secretResponseGuard_ts
  module_src_projectAuthHealth_test_ts --> module_src_projectAuthHealth_ts
  module_src_projectAuthHealth_ts --> module_src_authSettings_ts
  module_src_projectSecretApi_test_ts --> module_src_projectSecretApi_ts
  module_src_projectSecretApi_ts --> module_src_projectSecretUsage_ts
  module_src_projectSecretApi_ts --> module_src_secretResponseGuard_ts
  module_src_projectSecretUsage_test_ts --> module_src_projectSecretUsage_ts
  module_src_routeUtils_public_test_ts --> module_src_routeUtils_ts
  module_src_routeUtils_test_ts --> module_src_routeUtils_ts
  module_src_runtime_previewRuntimeConfig_ts --> module_src_runtime_actionSuppression_ts
  module_src_runtime_previewRuntimeConfig_ts --> module_src_runtime_previewRegistry_ts
  module_src_runtime_registry_tsx --> module_src_runtime_appExtensionRegistry_ts
  module_src_runtime_useRuntimeAction_ts --> module_src_runtime_runtimeActions_ts
  module_src_runtimeDiagnosticsModel_test_ts --> module_src_runtimeDiagnosticsModel_ts
  module_src_runtimeLocalization_public_test_ts --> module_src_runtimeLocalization_ts
  module_src_runtimeLocalization_test_ts --> module_src_runtimeLocalization_ts
  module_src_secretResponseGuard_test_ts --> module_src_secretResponseGuard_ts
  module_src_studioAdminRouteModel_test_ts --> module_src_studioAdminRouteModel_ts
  module_src_studioAdminRouteModel_ts --> module_src_index_ts
  module_src_studioSelectionModel_knip_test_ts --> module_src_studioSelectionModel_ts
  module_src_studioSelectionModel_test_ts --> module_src_studioSelectionModel_ts
  module_src_ui_admin_AnkhAdminPage_tsx --> module_src_core_StudioContext_ts
  module_src_ui_admin_AnkhAdminPage_tsx --> module_src_index_ts
  module_src_ui_admin_AnkhAdminPage_tsx --> module_src_studioAdminRouteModel_ts
  module_src_ui_admin_AnkhAdminPage_tsx --> module_src_ui_admin_pages_ApisAdminPage_tsx
  module_src_ui_admin_AnkhAdminPage_tsx --> module_src_ui_admin_pages_AuthAdminPage_tsx
  module_src_ui_admin_AnkhAdminPage_tsx --> module_src_ui_admin_pages_OverviewAdminPage_tsx
  module_src_ui_admin_AnkhAdminPage_tsx --> module_src_ui_admin_pages_PropertiesAdminPage_tsx
  module_src_ui_admin_AnkhAdminPage_tsx --> module_src_ui_admin_pages_SecretsAdminPage_tsx
  module_src_ui_admin_AnkhAdminPage_tsx --> module_src_ui_admin_pages_ThemeAdminPage_tsx
  module_src_ui_admin_AnkhAdminShell_tsx --> module_src_core_StudioContext_ts
  module_src_ui_admin_AnkhAdminShell_tsx --> module_src_index_ts
  module_src_ui_admin_AnkhAdminShell_tsx --> module_src_studioAdminRouteModel_ts
  module_src_ui_admin_pages_adminAuthCredentialFlow_test_ts --> module_src_authSettings_ts
  module_src_ui_admin_pages_adminAuthCredentialFlow_test_ts --> module_src_ui_admin_pages_adminAuthCredentialFlow_ts
  module_src_ui_admin_pages_adminAuthCredentialFlow_ts --> module_src_authSettings_ts
+   module_src_ui_admin_pages_adminAuthHealthFlow_test_ts --> module_src_projectAuthHealth_ts
+   module_src_ui_admin_pages_adminAuthHealthFlow_test_ts --> module_src_ui_admin_pages_adminAuthHealthFlow_ts
+   module_src_ui_admin_pages_adminAuthHealthFlow_ts --> module_src_projectAuthHealth_ts
  module_src_ui_admin_pages_adminDataSourceOperations_ts --> module_src_ui_admin_adminPageUtils_ts
  module_src_ui_admin_pages_adminThemeModel_test_ts --> module_src_ui_admin_pages_adminThemeModel_ts
  module_src_ui_admin_pages_adminThemeModel_ts --> module_src_index_ts
  module_src_ui_admin_pages_ApisAdminPage_test_ts --> module_src_ui_admin_pages_adminDataSourceOperations_ts
  module_src_ui_admin_pages_ApisAdminPage_tsx --> module_src_core_StudioContext_ts
  module_src_ui_admin_pages_ApisAdminPage_tsx --> module_src_index_ts
  module_src_ui_admin_pages_ApisAdminPage_tsx --> module_src_ui_admin_adminPagePrimitives_tsx
  module_src_ui_admin_pages_ApisAdminPage_tsx --> module_src_ui_admin_adminPageUtils_ts
  module_src_ui_admin_pages_ApisAdminPage_tsx --> module_src_ui_admin_pages_adminDataSourceOperations_ts
  module_src_ui_admin_pages_AuthAdminPage_tsx --> module_src_authSettings_ts
  module_src_ui_admin_pages_AuthAdminPage_tsx --> module_src_core_StudioContext_ts
  module_src_ui_admin_pages_AuthAdminPage_tsx --> module_src_index_ts
  module_src_ui_admin_pages_AuthAdminPage_tsx --> module_src_projectAuthApi_ts
  module_src_ui_admin_pages_AuthAdminPage_tsx --> module_src_projectAuthHealth_ts
  module_src_ui_admin_pages_AuthAdminPage_tsx --> module_src_projectSecretApi_ts
  module_src_ui_admin_pages_AuthAdminPage_tsx --> module_src_ui_admin_pages_adminAuthCredentialFlow_ts
+   module_src_ui_admin_pages_AuthAdminPage_tsx --> module_src_ui_admin_pages_adminAuthHealthFlow_ts
  module_src_ui_admin_pages_OverviewAdminPage_tsx --> module_src_core_StudioContext_ts
  module_src_ui_admin_pages_OverviewAdminPage_tsx --> module_src_ui_admin_adminPagePrimitives_tsx
  module_src_ui_admin_pages_PropertiesAdminPage_tsx --> module_src_core_StudioContext_ts
  module_src_ui_admin_pages_PropertiesAdminPage_tsx --> module_src_manifestState_ts
  module_src_ui_admin_pages_PropertiesAdminPage_tsx --> module_src_ui_admin_adminPagePrimitives_tsx
  module_src_ui_admin_pages_PropertiesAdminPage_tsx --> module_src_ui_admin_adminPageUtils_ts
  module_src_ui_admin_pages_SecretsAdminPage_tsx --> module_src_projectSecretApi_ts
  module_src_ui_admin_pages_SecretsAdminPage_tsx --> module_src_projectSecretUsage_ts
  module_src_ui_admin_pages_ThemeAdminPage_test_ts --> module_src_ui_admin_pages_adminThemeHarmony_ts
  module_src_ui_admin_pages_ThemeAdminPage_tsx --> module_src_core_StudioContext_ts
  module_src_ui_admin_pages_ThemeAdminPage_tsx --> module_src_index_ts
  module_src_ui_admin_pages_ThemeAdminPage_tsx --> module_src_ui_admin_adminPagePrimitives_tsx
  module_src_ui_admin_pages_ThemeAdminPage_tsx --> module_src_ui_admin_pages_adminThemeHarmony_ts
  module_src_ui_admin_pages_ThemeAdminPage_tsx --> module_src_ui_admin_pages_adminThemeModel_ts
  module_src_ui_AnkhStudio_ts --> module_src_core_StudioContext_ts
  module_src_ui_useStudioAppBarAugmentation_ts --> module_src_core_StudioContext_ts
  module_src_ui_useStudioAppBarAugmentation_ts --> module_src_studioAdminRouteModel_ts
  module_src_utils_treeUtils_ts --> module_src_index_ts
